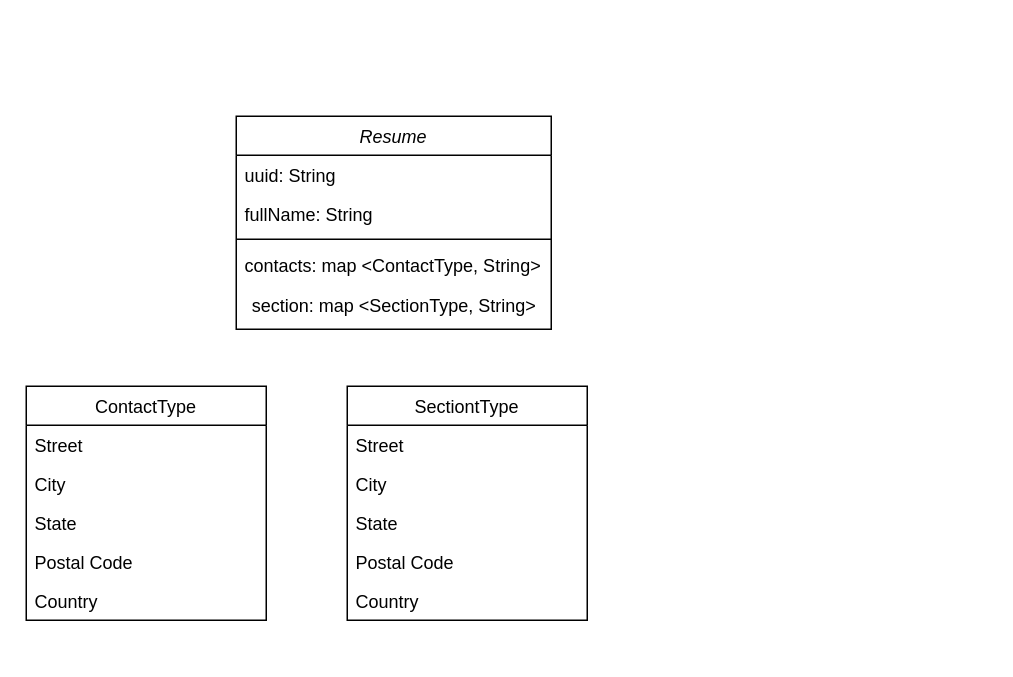
Above: Resume.drawio in sergr972/basejava (draw.io), before the change. Source tidied: cells renumbered, new cells numbered last; positions are measured from the earlier drawing's top-left corner, leaving out a move shared by most shapes. Both pictures are drawn from the tidied source at 150%, with x=0, y=0 at pixel (26, 116).
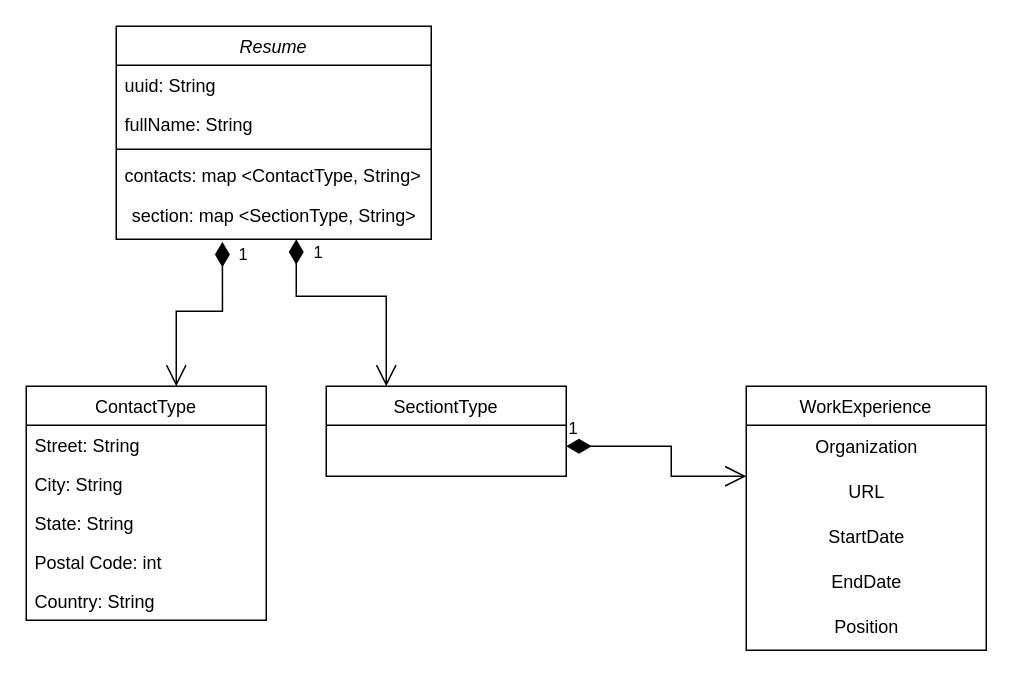
After the change.

Unchanged cells that the change refers to:
```xml
<mxCell id="7" value="section: map &amp;lt;SectionType, String&amp;gt;" style="text;html=1;align=center;verticalAlign=middle;points=[];strokeColor=none;fillColor=none;" parent="2" vertex="1">
  <mxGeometry y="112" width="210" height="30" as="geometry" />
</mxCell>
<mxCell id="8" value="ContactType" style="swimlane;fontStyle=0;align=center;verticalAlign=top;horizontal=1;startSize=26;rounded=0;shadow=0;strokeWidth=1;" parent="1" vertex="1">
  <mxGeometry y="180" width="160" height="156" as="geometry" />
</mxCell>
```

Change to the diagram source:
```diff
@@
     <mxCell id="2" value="Resume" style="swimlane;fontStyle=2;align=center;verticalAlign=top;horizontal=1;startSize=26;rounded=0;shadow=0;strokeWidth=1;" parent="1" vertex="1">
-      <mxGeometry x="140" width="210" height="142" as="geometry" />
+      <mxGeometry x="60" y="-60" width="210" height="142" as="geometry" />
     </mxCell>
@@
-    <mxCell id="9" value="Street" style="text;align=left;verticalAlign=top;spacingLeft=4;spacingRight=4;overflow=hidden;" parent="8" vertex="1">
+    <mxCell id="9" value="Street: String" style="text;align=left;verticalAlign=top;spacingLeft=4;spacingRight=4;overflow=hidden;" parent="8" vertex="1">
       <mxGeometry y="26" width="160" height="26" as="geometry" />
     </mxCell>
-    <mxCell id="10" value="City" style="text;align=left;verticalAlign=top;spacingLeft=4;spacingRight=4;overflow=hidden;rounded=0;shadow=0;html=0;" parent="8" vertex="1">
+    <mxCell id="10" value="City: String" style="text;align=left;verticalAlign=top;spacingLeft=4;spacingRight=4;overflow=hidden;rounded=0;shadow=0;html=0;" parent="8" vertex="1">
       <mxGeometry y="52" width="160" height="26" as="geometry" />
     </mxCell>
-    <mxCell id="11" value="State" style="text;align=left;verticalAlign=top;spacingLeft=4;spacingRight=4;overflow=hidden;rounded=0;shadow=0;html=0;" parent="8" vertex="1">
+    <mxCell id="11" value="State: String" style="text;align=left;verticalAlign=top;spacingLeft=4;spacingRight=4;overflow=hidden;rounded=0;shadow=0;html=0;" parent="8" vertex="1">
       <mxGeometry y="78" width="160" height="26" as="geometry" />
     </mxCell>
-    <mxCell id="12" value="Postal Code" style="text;align=left;verticalAlign=top;spacingLeft=4;spacingRight=4;overflow=hidden;rounded=0;shadow=0;html=0;" parent="8" vertex="1">
+    <mxCell id="12" value="Postal Code: int" style="text;align=left;verticalAlign=top;spacingLeft=4;spacingRight=4;overflow=hidden;rounded=0;shadow=0;html=0;" parent="8" vertex="1">
       <mxGeometry y="104" width="160" height="26" as="geometry" />
     </mxCell>
-    <mxCell id="13" value="Country" style="text;align=left;verticalAlign=top;spacingLeft=4;spacingRight=4;overflow=hidden;rounded=0;shadow=0;html=0;" parent="8" vertex="1">
+    <mxCell id="13" value="Country: String" style="text;align=left;verticalAlign=top;spacingLeft=4;spacingRight=4;overflow=hidden;rounded=0;shadow=0;html=0;" parent="8" vertex="1">
       <mxGeometry y="130" width="160" height="26" as="geometry" />
     </mxCell>
     <mxCell id="14" value="SectiontType" style="swimlane;fontStyle=0;align=center;verticalAlign=top;horizontal=1;startSize=26;rounded=0;shadow=0;strokeWidth=1;" parent="1" vertex="1">
-      <mxGeometry x="214" y="180" width="160" height="156" as="geometry" />
+      <mxGeometry x="200" y="180" width="160" height="60" as="geometry" />
     </mxCell>
-    <mxCell id="15" value="Street" style="text;align=left;verticalAlign=top;spacingLeft=4;spacingRight=4;overflow=hidden;" parent="14" vertex="1">
-      <mxGeometry y="26" width="160" height="26" as="geometry" />
-    </mxCell>
-    <mxCell id="16" value="City" style="text;align=left;verticalAlign=top;spacingLeft=4;spacingRight=4;overflow=hidden;rounded=0;shadow=0;html=0;" parent="14" vertex="1">
-      <mxGeometry y="52" width="160" height="26" as="geometry" />
-    </mxCell>
-    <mxCell id="17" value="State" style="text;align=left;verticalAlign=top;spacingLeft=4;spacingRight=4;overflow=hidden;rounded=0;shadow=0;html=0;" parent="14" vertex="1">
-      <mxGeometry y="78" width="160" height="26" as="geometry" />
-    </mxCell>
-    <mxCell id="18" value="Postal Code" style="text;align=left;verticalAlign=top;spacingLeft=4;spacingRight=4;overflow=hidden;rounded=0;shadow=0;html=0;" parent="14" vertex="1">
-      <mxGeometry y="104" width="160" height="26" as="geometry" />
-    </mxCell>
-    <mxCell id="19" value="Country" style="text;align=left;verticalAlign=top;spacingLeft=4;spacingRight=4;overflow=hidden;rounded=0;shadow=0;html=0;" parent="14" vertex="1">
-      <mxGeometry y="130" width="160" height="26" as="geometry" />
-    </mxCell>
+    <mxCell id="20" value="WorkExperience" style="swimlane;fontStyle=0;align=center;verticalAlign=top;horizontal=1;startSize=26;rounded=0;shadow=0;strokeWidth=1;" parent="1" vertex="1">
+      <mxGeometry x="480" y="180" width="160" height="176" as="geometry" />
+    </mxCell>
+    <mxCell id="21" value="Organization" style="text;html=1;align=center;verticalAlign=middle;strokeColor=none;fillColor=none;" parent="20" vertex="1">
+      <mxGeometry y="26" width="160" height="30" as="geometry" />
+    </mxCell>
+    <mxCell id="22" value="URL" style="text;html=1;align=center;verticalAlign=middle;strokeColor=none;fillColor=none;" parent="20" vertex="1">
+      <mxGeometry y="56" width="160" height="30" as="geometry" />
+    </mxCell>
+    <mxCell id="23" value="StartDate" style="text;html=1;align=center;verticalAlign=middle;strokeColor=none;fillColor=none;" parent="20" vertex="1">
+      <mxGeometry y="86" width="160" height="30" as="geometry" />
+    </mxCell>
+    <mxCell id="24" value="EndDate" style="text;html=1;align=center;verticalAlign=middle;strokeColor=none;fillColor=none;" parent="20" vertex="1">
+      <mxGeometry y="116" width="160" height="30" as="geometry" />
+    </mxCell>
+    <mxCell id="25" value="Position" style="text;html=1;align=center;verticalAlign=middle;strokeColor=none;fillColor=none;" parent="20" vertex="1">
+      <mxGeometry y="146" width="160" height="30" as="geometry" />
+    </mxCell>
+    <mxCell id="26" value="1" style="endArrow=open;html=1;endSize=12;startArrow=diamondThin;startSize=14;startFill=1;edgeStyle=orthogonalEdgeStyle;align=left;verticalAlign=bottom;rounded=0;" parent="1" edge="1">
+      <mxGeometry x="-0.77" y="10" relative="1" as="geometry">
+        <mxPoint x="180" y="82" as="sourcePoint" />
+        <mxPoint x="240" y="180" as="targetPoint" />
+        <Array as="points">
+          <mxPoint x="180" y="120" />
+          <mxPoint x="240" y="120" />
+        </Array>
+      </mxGeometry>
+    </mxCell>
+    <mxCell id="27" value="1" style="endArrow=open;html=1;endSize=12;startArrow=diamondThin;startSize=14;startFill=1;edgeStyle=orthogonalEdgeStyle;align=left;verticalAlign=bottom;rounded=0;entryX=0.625;entryY=0;entryDx=0;entryDy=0;entryPerimeter=0;exitX=0.337;exitY=1.057;exitDx=0;exitDy=0;exitPerimeter=0;" parent="1" edge="1" source="7" target="8">
+      <mxGeometry x="-0.74" y="9" relative="1" as="geometry">
+        <Array as="points">
+          <mxPoint x="131" y="130" />
+          <mxPoint x="100" y="130" />
+        </Array>
+      </mxGeometry>
+    </mxCell>
+    <mxCell id="28" value="1" style="endArrow=open;html=1;endSize=12;startArrow=diamondThin;startSize=14;startFill=1;edgeStyle=orthogonalEdgeStyle;align=left;verticalAlign=bottom;rounded=0;" parent="1" edge="1">
+      <mxGeometry x="-1" y="3" relative="1" as="geometry">
+        <mxPoint x="360" y="220" as="sourcePoint" />
+        <mxPoint x="480" y="240" as="targetPoint" />
+        <Array as="points">
+          <mxPoint x="430" y="220" />
+          <mxPoint x="430" y="240" />
+        </Array>
+      </mxGeometry>
+    </mxCell>
```
